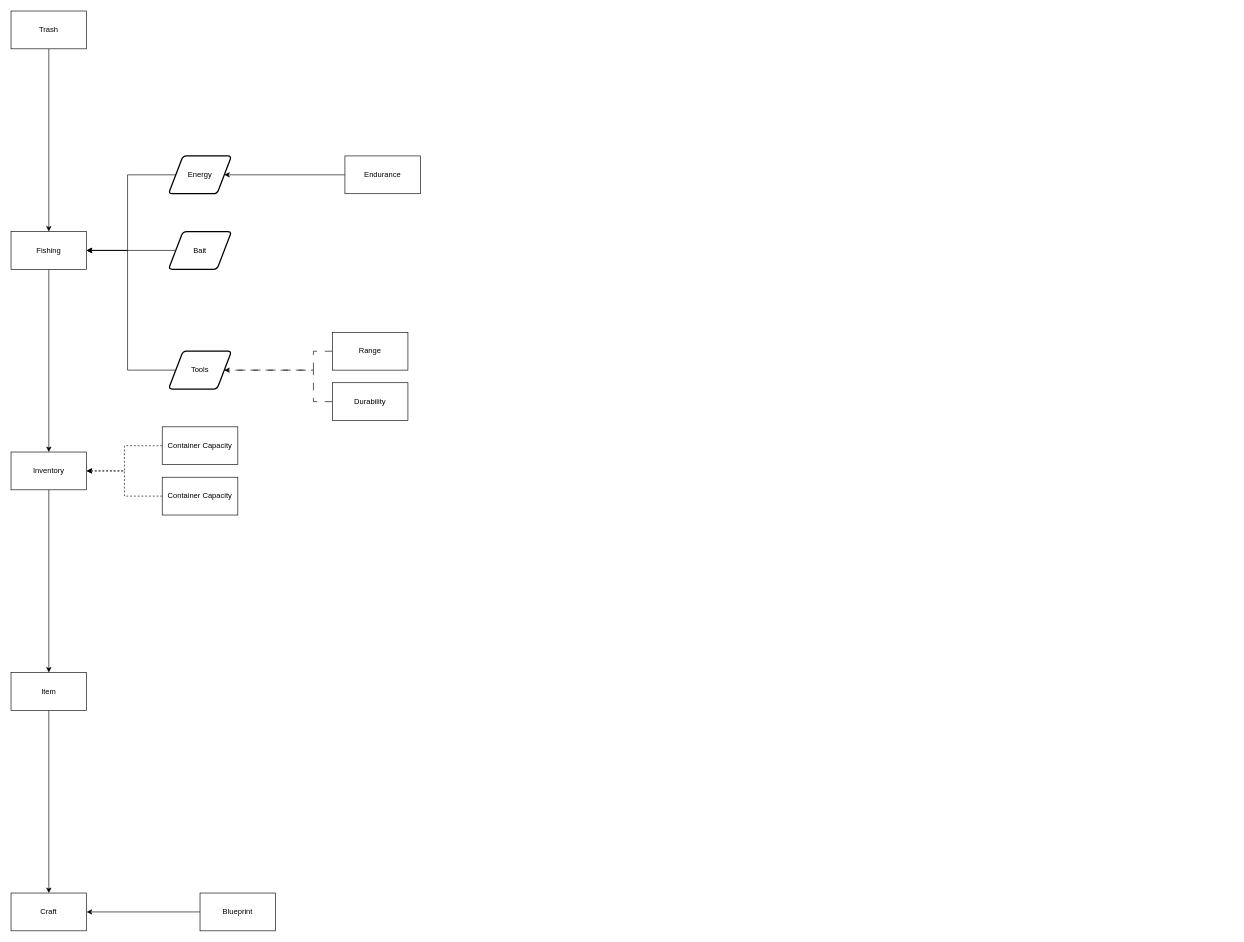
Earlier version of the draw.io diagram GameDesign/Flow Diagram.drawio (arvinsadeli/Gemastik-2024). Source tidied: cells renumbered, new cells numbered last; positions are measured from the earlier drawing's top-left corner, leaving out a move shared by most shapes. Both pictures are drawn from the tidied source at 63%, with x=0, y=0 at pixel (11, 11).
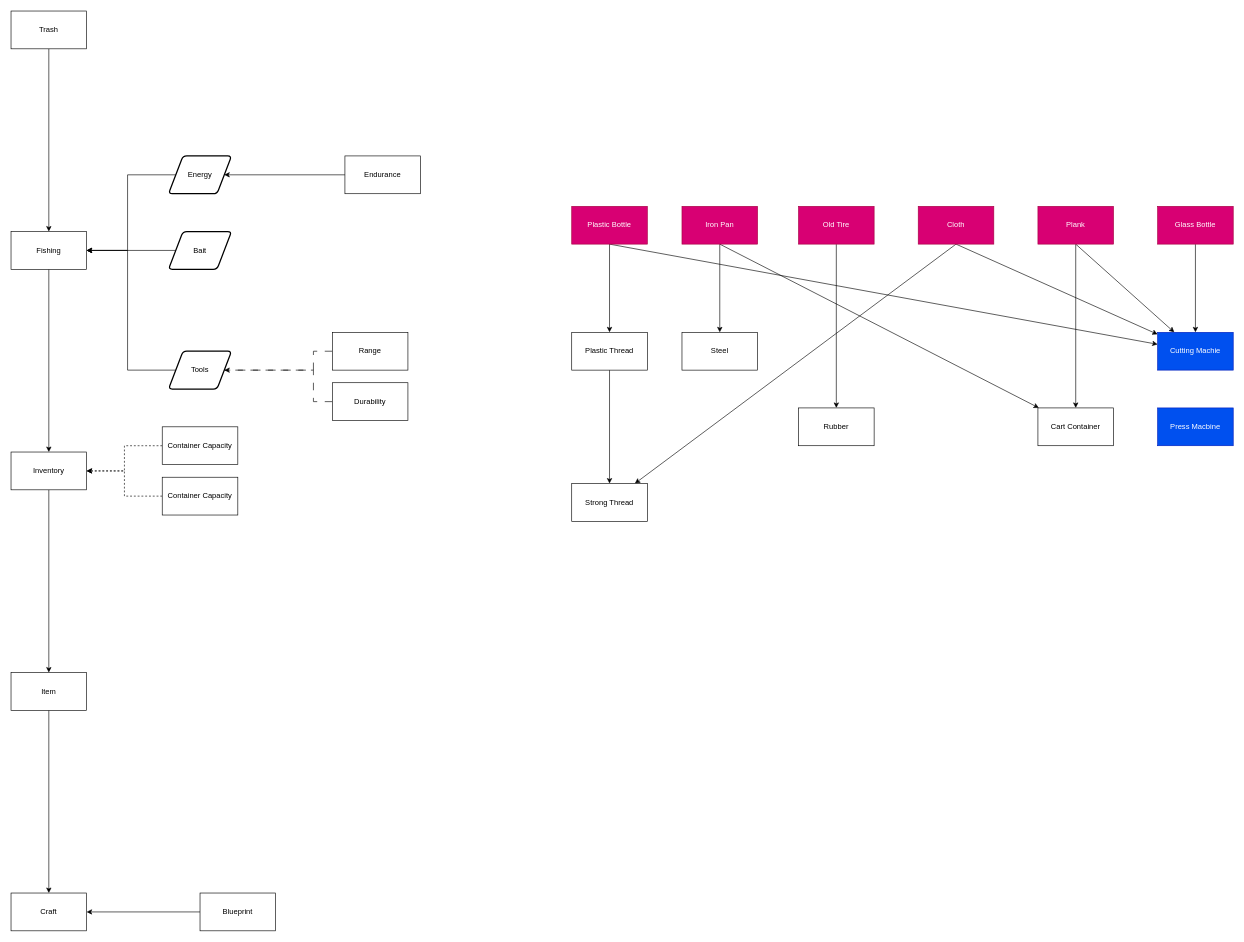
The same diagram, later.

The edit, as a diff of the source:
```diff
@@
+    <mxCell id="29" style="rounded=0;jettySize=auto;html=1;" parent="1" edge="1" source="31" target="46">
+      <mxGeometry relative="1" as="geometry" />
+    </mxCell>
+    <mxCell id="30" style="edgeStyle=none;rounded=0;jettySize=auto;html=1;exitX=0.5;exitY=1;exitDx=0;exitDy=0;strokeColor=default;align=center;verticalAlign=middle;fontFamily=Helvetica;fontSize=11;fontColor=default;labelBackgroundColor=default;endArrow=classic;" parent="1" edge="1" source="31" target="51">
+      <mxGeometry relative="1" as="geometry" />
+    </mxCell>
+    <mxCell id="31" value="Plastic Bottle" style="rounded=0;whiteSpace=wrap;html=1;fillColor=#d80073;fontColor=#ffffff;strokeColor=#A50040;" parent="1" vertex="1">
+      <mxGeometry x="890" y="310" width="120" height="60" as="geometry" />
+    </mxCell>
+    <mxCell id="32" style="rounded=0;jettySize=auto;html=1;" parent="1" edge="1" source="34" target="47">
+      <mxGeometry relative="1" as="geometry" />
+    </mxCell>
+    <mxCell id="33" style="rounded=0;jettySize=auto;html=1;exitX=0.5;exitY=1;exitDx=0;exitDy=0;" parent="1" edge="1" source="34" target="49">
+      <mxGeometry relative="1" as="geometry" />
+    </mxCell>
+    <mxCell id="34" value="Iron Pan" style="rounded=0;whiteSpace=wrap;html=1;fillColor=#d80073;fontColor=#ffffff;strokeColor=#A50040;" parent="1" vertex="1">
+      <mxGeometry x="1065" y="310" width="120" height="60" as="geometry" />
+    </mxCell>
+    <mxCell id="35" style="rounded=0;jettySize=auto;html=1;" parent="1" edge="1" source="36" target="48">
+      <mxGeometry relative="1" as="geometry" />
+    </mxCell>
+    <mxCell id="36" value="Old Tire" style="rounded=0;whiteSpace=wrap;html=1;fillColor=#d80073;fontColor=#ffffff;strokeColor=#A50040;" parent="1" vertex="1">
+      <mxGeometry x="1250" y="310" width="120" height="60" as="geometry" />
+    </mxCell>
+    <mxCell id="37" style="edgeStyle=none;rounded=0;jettySize=auto;html=1;strokeColor=default;align=center;verticalAlign=middle;fontFamily=Helvetica;fontSize=11;fontColor=default;labelBackgroundColor=default;endArrow=classic;exitX=0.5;exitY=1;exitDx=0;exitDy=0;" parent="1" edge="1" source="39" target="50">
+      <mxGeometry relative="1" as="geometry" />
+    </mxCell>
+    <mxCell id="38" style="edgeStyle=none;rounded=0;jettySize=auto;html=1;exitX=0.5;exitY=1;exitDx=0;exitDy=0;strokeColor=default;align=center;verticalAlign=middle;fontFamily=Helvetica;fontSize=11;fontColor=default;labelBackgroundColor=default;endArrow=classic;" parent="1" edge="1" source="39" target="51">
+      <mxGeometry relative="1" as="geometry" />
+    </mxCell>
+    <mxCell id="39" value="Cloth" style="rounded=0;whiteSpace=wrap;html=1;fillColor=#d80073;fontColor=#ffffff;strokeColor=#A50040;" parent="1" vertex="1">
+      <mxGeometry x="1440" y="310" width="120" height="60" as="geometry" />
+    </mxCell>
+    <mxCell id="40" style="rounded=0;jettySize=auto;html=1;" parent="1" edge="1" source="42" target="49">
+      <mxGeometry relative="1" as="geometry" />
+    </mxCell>
+    <mxCell id="41" style="edgeStyle=none;rounded=0;jettySize=auto;html=1;exitX=0.5;exitY=1;exitDx=0;exitDy=0;strokeColor=default;align=center;verticalAlign=middle;fontFamily=Helvetica;fontSize=11;fontColor=default;labelBackgroundColor=default;endArrow=classic;" parent="1" edge="1" source="42" target="51">
+      <mxGeometry relative="1" as="geometry" />
+    </mxCell>
+    <mxCell id="42" value="Plank" style="rounded=0;whiteSpace=wrap;html=1;fillColor=#d80073;fontColor=#ffffff;strokeColor=#A50040;" parent="1" vertex="1">
+      <mxGeometry x="1630" y="310" width="120" height="60" as="geometry" />
+    </mxCell>
+    <mxCell id="43" style="edgeStyle=none;rounded=0;jettySize=auto;html=1;strokeColor=default;align=center;verticalAlign=middle;fontFamily=Helvetica;fontSize=11;fontColor=default;labelBackgroundColor=default;endArrow=classic;" parent="1" edge="1" source="44" target="51">
+      <mxGeometry relative="1" as="geometry" />
+    </mxCell>
+    <mxCell id="44" value="Glass Bottle" style="rounded=0;whiteSpace=wrap;html=1;fillColor=#d80073;fontColor=#ffffff;strokeColor=#A50040;" parent="1" vertex="1">
+      <mxGeometry x="1820" y="310" width="120" height="60" as="geometry" />
+    </mxCell>
+    <mxCell id="45" style="edgeStyle=none;rounded=0;jettySize=auto;html=1;strokeColor=default;align=center;verticalAlign=middle;fontFamily=Helvetica;fontSize=11;fontColor=default;labelBackgroundColor=default;endArrow=classic;" parent="1" edge="1" source="46" target="50">
+      <mxGeometry relative="1" as="geometry" />
+    </mxCell>
+    <mxCell id="46" value="Plastic Thread" style="rounded=0;whiteSpace=wrap;html=1;" parent="1" vertex="1">
+      <mxGeometry x="890" y="510" width="120" height="60" as="geometry" />
+    </mxCell>
+    <mxCell id="47" value="Steel" style="rounded=0;whiteSpace=wrap;html=1;" parent="1" vertex="1">
+      <mxGeometry x="1065" y="510" width="120" height="60" as="geometry" />
+    </mxCell>
+    <mxCell id="48" value="Rubber" style="rounded=0;whiteSpace=wrap;html=1;" parent="1" vertex="1">
+      <mxGeometry x="1250" y="630" width="120" height="60" as="geometry" />
+    </mxCell>
+    <mxCell id="49" value="Cart Container" style="rounded=0;whiteSpace=wrap;html=1;fontStyle=0;" parent="1" vertex="1">
+      <mxGeometry x="1630" y="630" width="120" height="60" as="geometry" />
+    </mxCell>
+    <mxCell id="50" value="Strong Thread" style="rounded=0;whiteSpace=wrap;html=1;" parent="1" vertex="1">
+      <mxGeometry x="890" y="750" width="120" height="60" as="geometry" />
+    </mxCell>
+    <mxCell id="51" value="Cutting Machie" style="whiteSpace=wrap;html=1;rounded=0;fillColor=#0050ef;fontColor=#ffffff;strokeColor=#001DBC;" parent="1" vertex="1">
+      <mxGeometry x="1820" y="510" width="120" height="60" as="geometry" />
+    </mxCell>
+    <mxCell id="52" value="Press Macbine" style="whiteSpace=wrap;html=1;rounded=0;fillColor=#0050ef;fontColor=#ffffff;strokeColor=#001DBC;" parent="1" vertex="1">
+      <mxGeometry x="1820" y="630" width="120" height="60" as="geometry" />
+    </mxCell>
```
